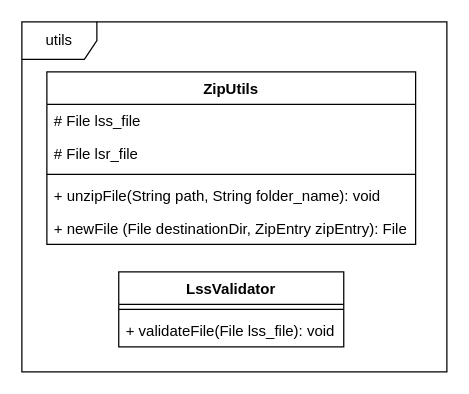
Delzye/bachelors_thesis_anton_mende keeps this draw.io diagram as img/drawio/cls_utils.drawio. Above is the earlier version. Source tidied: cells renumbered, new cells numbered last; positions are measured from the earlier drawing's top-left corner, leaving out a move shared by most shapes. Both pictures are drawn from the tidied source at 125%, with x=0, y=0 at pixel (21, 21).
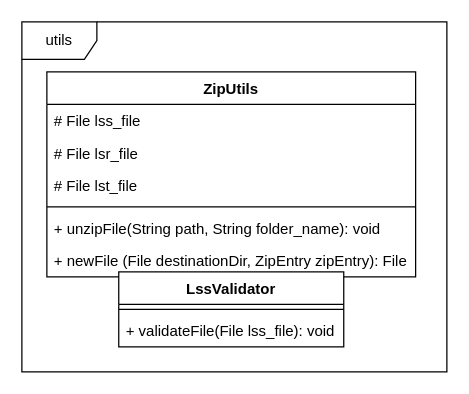
The same diagram, later.

What changed in the source:
```diff
@@
 <mxGraphModel>
   <root>
     <mxCell id="0" />
     <mxCell id="1" parent="0" />
     <mxCell id="2" value="utils" style="shape=umlFrame;whiteSpace=wrap;html=1;" parent="1" vertex="1">
       <mxGeometry width="340" height="280" as="geometry" />
     </mxCell>
     <mxCell id="3" value="ZipUtils" style="swimlane;fontStyle=1;align=center;verticalAlign=top;horizontal=1;startSize=26;" parent="1" vertex="1">
-      <mxGeometry x="20" y="40" width="295" height="138" as="geometry" />
+      <mxGeometry x="20" y="40" width="295" height="164" as="geometry" />
     </mxCell>
     <mxCell id="4" value="# File lss_file" style="text;strokeColor=none;fillColor=none;align=left;verticalAlign=top;spacingLeft=4;spacingRight=4;overflow=hidden;" parent="3" vertex="1">
       <mxGeometry y="26" width="295" height="26" as="geometry" />
     </mxCell>
+    <mxCell id="12" value="# File lsr_file" style="text;strokeColor=none;fillColor=none;align=left;verticalAlign=top;spacingLeft=4;spacingRight=4;overflow=hidden;" parent="3" vertex="1">
+      <mxGeometry y="52" width="295" height="26" as="geometry" />
+    </mxCell>
-    <mxCell id="5" value="# File lsr_file" style="text;strokeColor=none;fillColor=none;align=left;verticalAlign=top;spacingLeft=4;spacingRight=4;overflow=hidden;" parent="3" vertex="1">
-      <mxGeometry y="52" width="295" height="26" as="geometry" />
+    <mxCell id="5" value="# File lst_file" style="text;strokeColor=none;fillColor=none;align=left;verticalAlign=top;spacingLeft=4;spacingRight=4;overflow=hidden;" parent="3" vertex="1">
+      <mxGeometry y="78" width="295" height="26" as="geometry" />
     </mxCell>
     <mxCell id="6" style="line;strokeWidth=1;fillColor=none;align=left;verticalAlign=middle;spacingTop=-1;spacingLeft=3;spacingRight=3;labelPosition=right;" parent="3" vertex="1">
-      <mxGeometry y="78" width="295" height="8" as="geometry" />
+      <mxGeometry y="104" width="295" height="8" as="geometry" />
     </mxCell>
     <mxCell id="7" value="+ unzipFile(String path, String folder_name): void" style="text;strokeColor=none;fillColor=none;align=left;verticalAlign=top;spacingLeft=4;spacingRight=4;overflow=hidden;" parent="3" vertex="1">
-      <mxGeometry y="86" width="295" height="26" as="geometry" />
+      <mxGeometry y="112" width="295" height="26" as="geometry" />
     </mxCell>
     <mxCell id="8" value="+ newFile (File destinationDir, ZipEntry zipEntry): File" style="text;strokeColor=none;fillColor=none;align=left;verticalAlign=top;spacingLeft=4;spacingRight=4;overflow=hidden;" parent="3" vertex="1">
-      <mxGeometry y="112" width="295" height="26" as="geometry" />
+      <mxGeometry y="138" width="295" height="26" as="geometry" />
     </mxCell>
     <mxCell id="9" value="LssValidator" style="swimlane;fontStyle=1;align=center;verticalAlign=top;horizontal=1;startSize=26;" parent="1" vertex="1">
       <mxGeometry x="77.5" y="200" width="180" height="60" as="geometry" />
     </mxCell>
     <mxCell id="10" style="line;strokeWidth=1;fillColor=none;align=left;verticalAlign=middle;spacingTop=-1;spacingLeft=3;spacingRight=3;labelPosition=right;" parent="9" vertex="1">
       <mxGeometry y="26" width="180" height="8" as="geometry" />
     </mxCell>
     <mxCell id="11" value="+ validateFile(File lss_file): void" style="text;strokeColor=none;fillColor=none;align=left;verticalAlign=top;spacingLeft=4;spacingRight=4;overflow=hidden;" parent="9" vertex="1">
       <mxGeometry y="34" width="180" height="26" as="geometry" />
     </mxCell>
   </root>
 </mxGraphModel>
```
